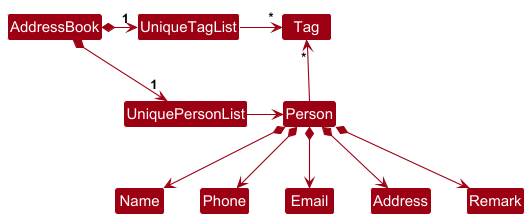
Earlier version of the PlantUML export docs/images/developer-guide-images/BetterModelClassDiagram.png (nus-cs2103-AY2425S1/tp). Its diagram source:
```plantuml
@startuml
!include style.puml
skinparam arrowThickness 1.1
skinparam arrowColor MODEL_COLOR
skinparam classBackgroundColor MODEL_COLOR

AddressBook *-right-> "1" UniquePersonList
AddressBook *-right-> "1" UniqueTagList
UniqueTagList -[hidden]down- UniquePersonList
UniqueTagList -[hidden]down- UniquePersonList

UniqueTagList -right-> "*" Tag
UniquePersonList -right-> Person

Person -up-> "*" Tag

Person *--> Name
Person *--> Phone
Person *--> Email
Person *--> Address
Person *--> Remark
@enduml
```
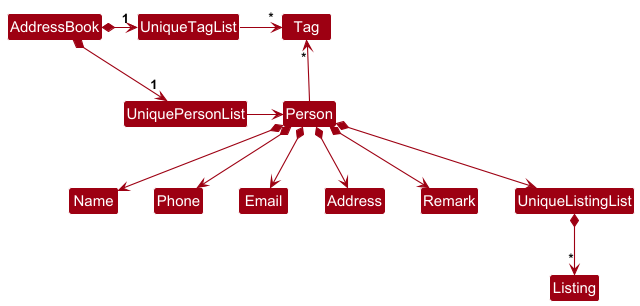
The same file after the commit.

What changed in the source:
```diff
@@ -19,4 +19,6 @@
 Person *--> Email
 Person *--> Address
 Person *--> Remark
+Person *--> UniqueListingList
+UniqueListingList *--> "*" Listing
 @enduml
```
